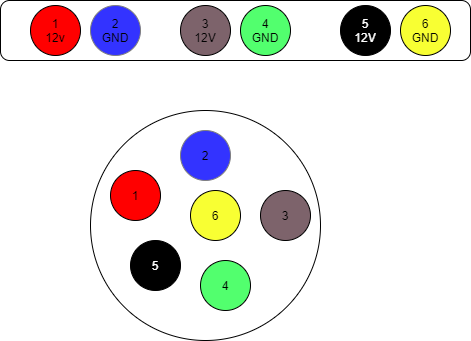
letrthong/uhes_visual_programing_iot keeps this draw.io diagram as cos_cable/cos_cable-connector-6pins-gpio.png. Above is the earlier version. Source tidied: cells renumbered, new cells last; positions are measured from the earlier drawing's top-left corner, leaving out a move shared by most shapes.
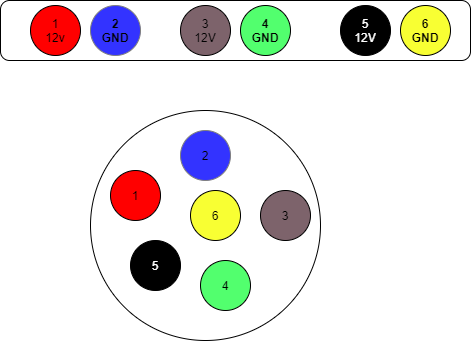
After the commit.

Diff of the diagram source:
```diff
@@ -29,19 +29,19 @@
     <mxCell id="10" value="1&lt;br&gt;12v" style="ellipse;whiteSpace=wrap;html=1;fillColor=#FF0000;" parent="1" vertex="1">
       <mxGeometry x="30" y="5" width="50" height="50" as="geometry" />
     </mxCell>
-    <mxCell id="11" value="2&lt;br&gt;GND" style="ellipse;whiteSpace=wrap;html=1;strokeColor=#808080;fillColor=#3333FF;" parent="1" vertex="1">
+    <mxCell id="11" value="&lt;b&gt;2&lt;br&gt;GND&lt;/b&gt;" style="ellipse;whiteSpace=wrap;html=1;strokeColor=#808080;fillColor=#3333FF;" parent="1" vertex="1">
       <mxGeometry x="90" y="5" width="50" height="50" as="geometry" />
     </mxCell>
     <mxCell id="12" value="3&lt;br&gt;12V" style="ellipse;whiteSpace=wrap;html=1;fillColor=#7D636B;" parent="1" vertex="1">
       <mxGeometry x="180" y="5" width="50" height="50" as="geometry" />
     </mxCell>
-    <mxCell id="13" value="4&lt;br&gt;GND" style="ellipse;whiteSpace=wrap;html=1;fillColor=#52FF6E;" parent="1" vertex="1">
+    <mxCell id="13" value="&lt;b&gt;4&lt;br&gt;GND&lt;/b&gt;" style="ellipse;whiteSpace=wrap;html=1;fillColor=#52FF6E;" parent="1" vertex="1">
       <mxGeometry x="240" y="5" width="50" height="50" as="geometry" />
     </mxCell>
     <mxCell id="14" value="&lt;font color=&quot;#ffffff&quot;&gt;5&lt;br&gt;12V&lt;br&gt;&lt;/font&gt;" style="ellipse;whiteSpace=wrap;html=1;fillColor=#000000;" parent="1" vertex="1">
       <mxGeometry x="340" y="5" width="50" height="50" as="geometry" />
     </mxCell>
-    <mxCell id="15" value="6&lt;br&gt;GND" style="ellipse;whiteSpace=wrap;html=1;fillColor=#F8FF33;" parent="1" vertex="1">
+    <mxCell id="15" value="&lt;b&gt;6&lt;br&gt;GND&lt;/b&gt;" style="ellipse;whiteSpace=wrap;html=1;fillColor=#F8FF33;" parent="1" vertex="1">
       <mxGeometry x="400" y="5" width="50" height="50" as="geometry" />
     </mxCell>
   </root>
```
